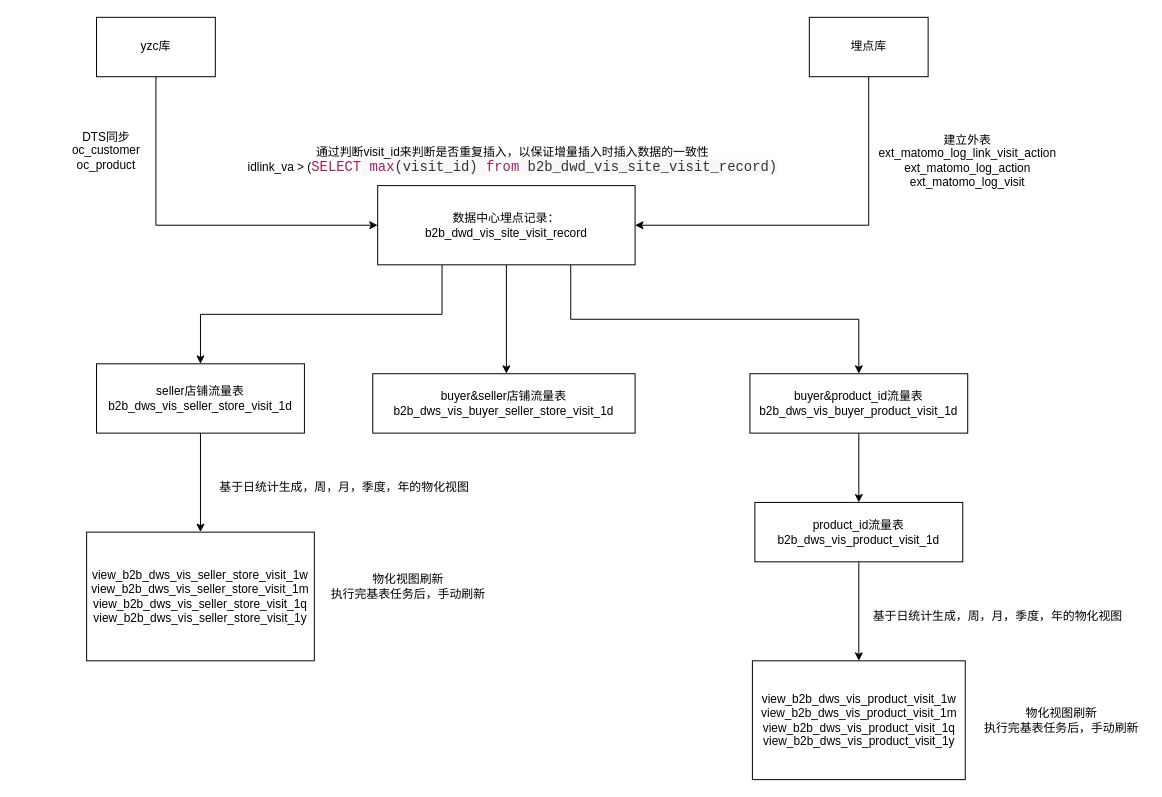
The draw.io diagram 未命名绘图.drawio in realphp/note-book, before the edit. Source tidied: cells renumbered, new cells numbered last; positions are measured from the earlier drawing's top-left corner, leaving out a move shared by most shapes. Both pictures are drawn from the tidied source at 99%, with x=0, y=0 at pixel (17, 17).
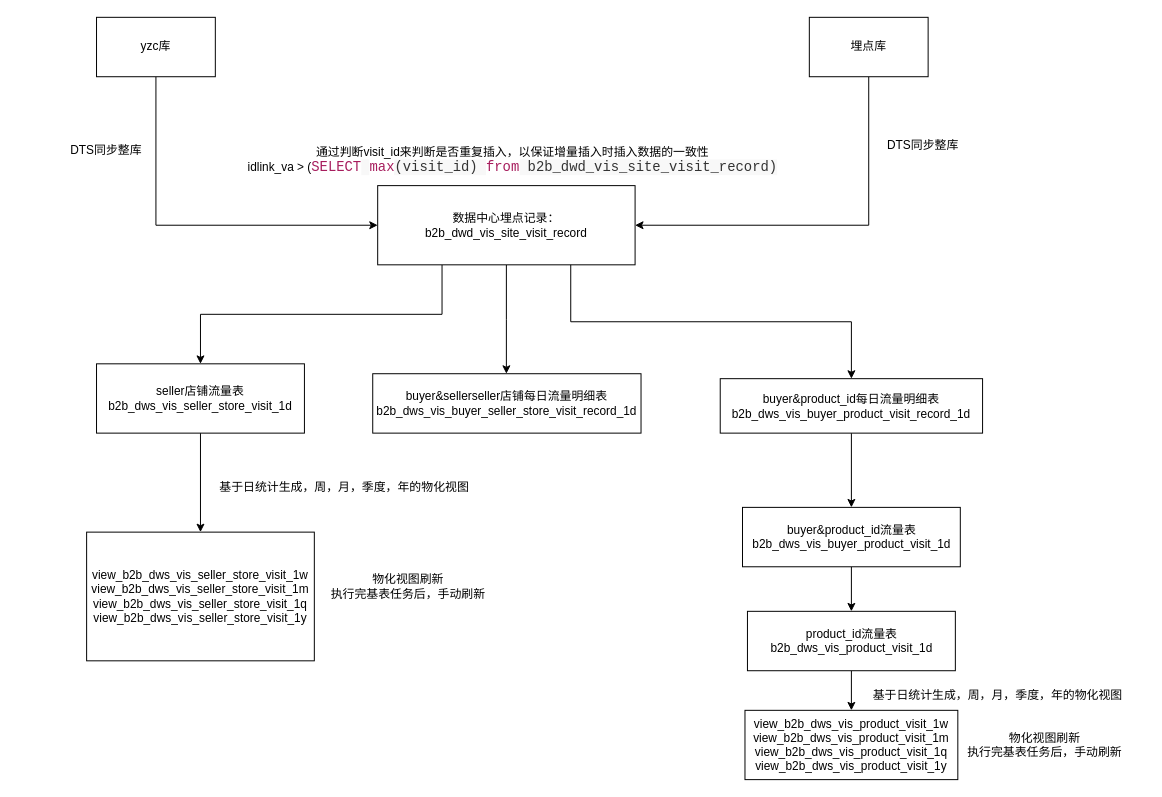
Above is the later version.

Commit message:
更新未命名绘图.drawio

The change refers to these unchanged cells:
```xml
<mxCell id="5" value="数据中心埋点记录：b2b_dwd_vis_site_visit_record" style="rounded=0;whiteSpace=wrap;html=1;" parent="1" vertex="1">
  <mxGeometry x="364" y="170" width="260" height="80" as="geometry" />
</mxCell>
```

What changed in the source:
```diff
@@
-    <mxCell id="4" style="edgeStyle=orthogonalEdgeStyle;rounded=0;jettySize=auto;html=1;exitX=0.75;exitY=1;exitDx=0;exitDy=0;entryX=0.5;entryY=0;entryDx=0;entryDy=0;" parent="1" edge="1" source="5" target="17">
-      <mxGeometry relative="1" as="geometry" />
-    </mxCell>
@@
-    <mxCell id="10" value="DTS同步&lt;br&gt;oc_customer&lt;br&gt;oc_product" style="text;html=1;strokeColor=none;fillColor=none;align=center;verticalAlign=middle;whiteSpace=wrap;rounded=0;" parent="1" vertex="1">
+    <mxCell id="10" value="DTS同步整库" style="text;html=1;strokeColor=none;fillColor=none;align=center;verticalAlign=middle;whiteSpace=wrap;rounded=0;" parent="1" vertex="1">
       <mxGeometry y="110" width="180" height="50" as="geometry" />
     </mxCell>
-    <mxCell id="11" value="建立外表&lt;br&gt;ext_matomo_log_link_visit_action&lt;br&gt;ext_matomo_log_action&lt;br&gt;ext_matomo_log_visit" style="text;html=1;strokeColor=none;fillColor=none;align=center;verticalAlign=middle;whiteSpace=wrap;rounded=0;" parent="1" vertex="1">
-      <mxGeometry x="930" y="130" width="60" height="30" as="geometry" />
+    <mxCell id="11" value="DTS同步整库" style="text;html=1;strokeColor=none;fillColor=none;align=center;verticalAlign=middle;whiteSpace=wrap;rounded=0;" parent="1" vertex="1">
+      <mxGeometry x="870" y="110" width="90" height="40" as="geometry" />
     </mxCell>
@@
-    <mxCell id="13" value="buyer&amp;amp;seller店铺流量表&lt;br&gt;b2b_dws_vis_buyer_seller_store_visit_1d" style="rounded=0;whiteSpace=wrap;html=1;" parent="1" vertex="1">
-      <mxGeometry x="359" y="360" width="265" height="60" as="geometry" />
+    <mxCell id="13" value="buyer&amp;amp;sellerseller店铺每日流量明细表&lt;br&gt;b2b_dws_vis_buyer_seller_store_visit_record_1d" style="rounded=0;whiteSpace=wrap;html=1;" parent="1" vertex="1">
+      <mxGeometry x="359" y="360" width="271" height="60" as="geometry" />
     </mxCell>
@@
     <mxCell id="17" value="buyer&amp;amp;product_id流量表&lt;br&gt;b2b_dws_vis_buyer_product_visit_1d" style="rounded=0;whiteSpace=wrap;html=1;" parent="1" vertex="1">
-      <mxGeometry x="740" y="360" width="220" height="60" as="geometry" />
+      <mxGeometry x="732.5" y="495" width="220" height="60" as="geometry" />
     </mxCell>
@@
     <mxCell id="19" value="product_id流量表&lt;br&gt;b2b_dws_vis_product_visit_1d" style="rounded=0;whiteSpace=wrap;html=1;" parent="1" vertex="1">
-      <mxGeometry x="745" y="490" width="210" height="60" as="geometry" />
+      <mxGeometry x="737.5" y="600" width="210" height="60" as="geometry" />
     </mxCell>
     <mxCell id="20" value="view_b2b_dws_vis_product_visit_1w&lt;br&gt;view_b2b_dws_vis_product_visit_1m&lt;br&gt;view_b2b_dws_vis_product_visit_1q&lt;br&gt;view_b2b_dws_vis_product_visit_1y" style="rounded=0;whiteSpace=wrap;html=1;" parent="1" vertex="1">
-      <mxGeometry x="742.5" y="650" width="215" height="120" as="geometry" />
+      <mxGeometry x="735" y="700" width="215" height="70" as="geometry" />
     </mxCell>
     <mxCell id="21" value="基于日统计生成，周，月，季度，年的物化视图" style="text;html=1;align=center;verticalAlign=middle;strokeColor=none;fillColor=none;" parent="1" vertex="1">
-      <mxGeometry x="850" y="590" width="280" height="30" as="geometry" />
+      <mxGeometry x="850" y="670" width="280" height="30" as="geometry" />
     </mxCell>
@@
     <mxCell id="25" value="物化视图刷新&lt;br&gt;执行完基表任务后，手动刷新" style="text;html=1;strokeColor=none;fillColor=none;align=center;verticalAlign=middle;whiteSpace=wrap;rounded=0;" parent="1" vertex="1">
-      <mxGeometry x="970" y="685" width="170" height="50" as="geometry" />
+      <mxGeometry x="952.5" y="710" width="170" height="50" as="geometry" />
     </mxCell>
+    <mxCell id="26" style="edgeStyle=orthogonalEdgeStyle;rounded=0;jettySize=auto;html=1;exitX=0.75;exitY=1;exitDx=0;exitDy=0;entryX=0.5;entryY=0;entryDx=0;entryDy=0;" parent="1" edge="1" source="5" target="28">
+      <mxGeometry relative="1" as="geometry" />
+    </mxCell>
+    <mxCell id="27" style="edgeStyle=orthogonalEdgeStyle;rounded=0;jettySize=auto;html=1;" parent="1" edge="1" source="28" target="17">
+      <mxGeometry relative="1" as="geometry" />
+    </mxCell>
+    <mxCell id="28" value="buyer&amp;amp;product_id每日流量明细表&lt;br&gt;b2b_dws_vis_buyer_product_visit_record_1d" style="whiteSpace=wrap;html=1;rounded=0;" parent="1" vertex="1">
+      <mxGeometry x="710" y="365" width="265" height="55" as="geometry" />
+    </mxCell>
```
